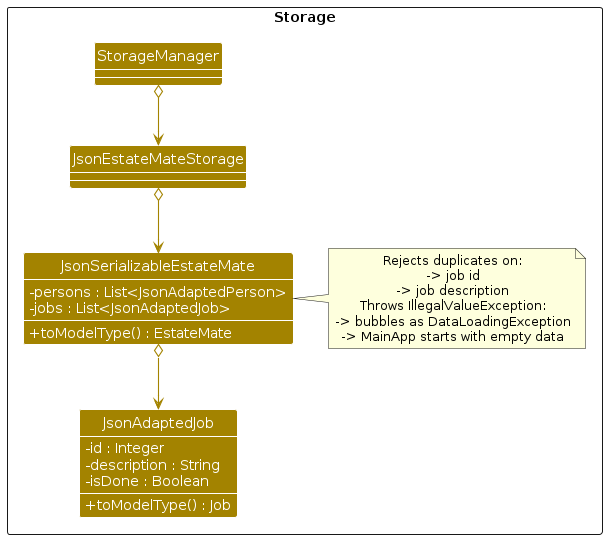
Glacialthorn/tp keeps this PlantUML diagram as diagrams/JobStorageDiagram.png. Above is the earlier version. Its source is kept beside it as diagrams/JobStorageDiagram.puml.
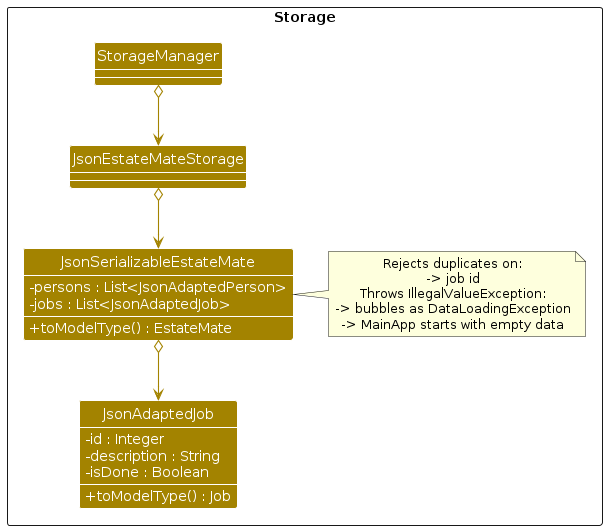
After the change.

The edit, as a diff of the source:
```diff
@@ -33,7 +33,6 @@
   note right of JsonSerializableEstateMate
     Rejects duplicates on:
     -> job id
-    -> job description
     Throws IllegalValueException:
     -> bubbles as DataLoadingException
     -> MainApp starts with empty data
```
